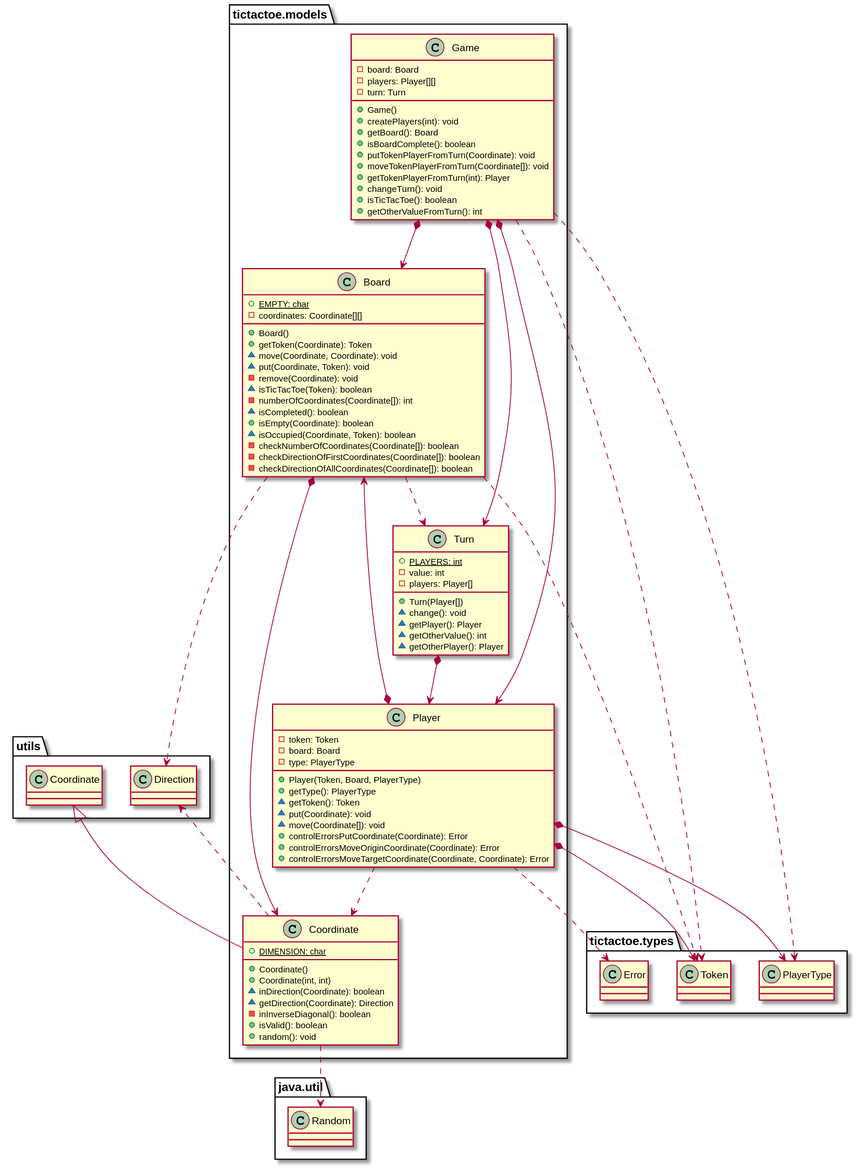
This is docs/build/docs/asciidoc/images/tictactoeModelsVersion7.svg from x-USantaTecla-game-ticTacToe/java, a PlantUML export, as it was before one commit.
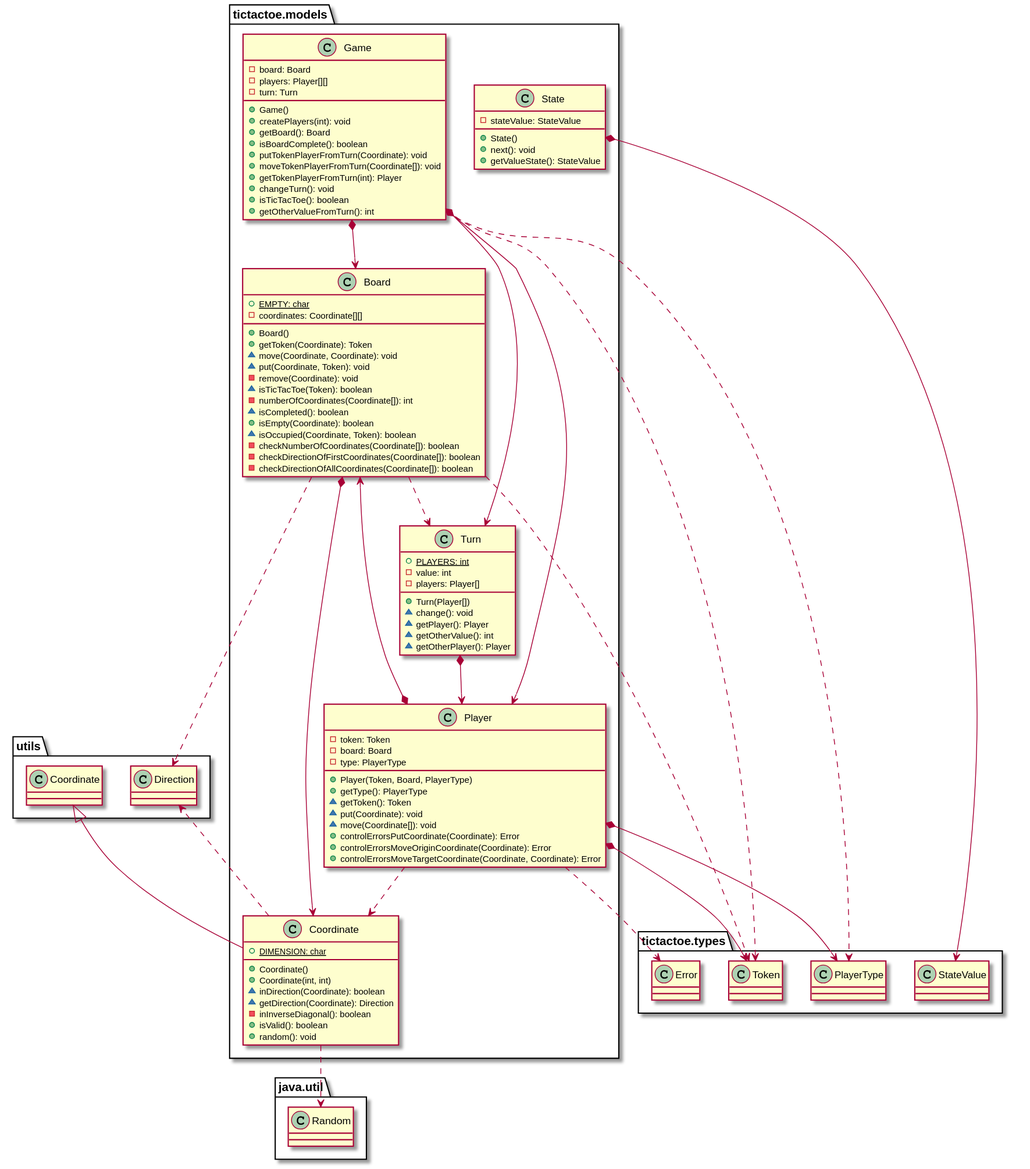
After the commit.

Commit message:
Change StateValue to types and update docs

Diff of the diagram source:
```diff
@@ -76,6 +76,14 @@
 tictactoe.models.Player ..> tictactoe.models.Coordinate
 tictactoe.models.Player ..> tictactoe.types.Error
 
+class  tictactoe.models.State{
+- stateValue: StateValue
++ State()
++ next(): void
++ getValueState(): StateValue
+}
+tictactoe.models.State *-down-> tictactoe.types.StateValue
+
 class  tictactoe.models.Turn{
 + {static} PLAYERS: int
 - value: int
```
